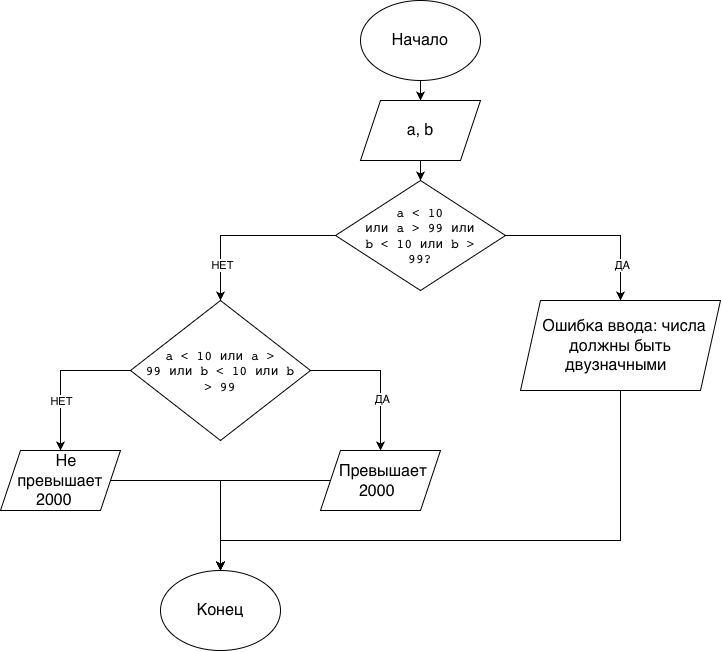
gwadsfwascawfwga/lab6 keeps this draw.io diagram as schema.png. Above is the earlier version. Source tidied: cells renumbered, new cells last; positions are measured from the earlier drawing's top-left corner, leaving out a move shared by most shapes.
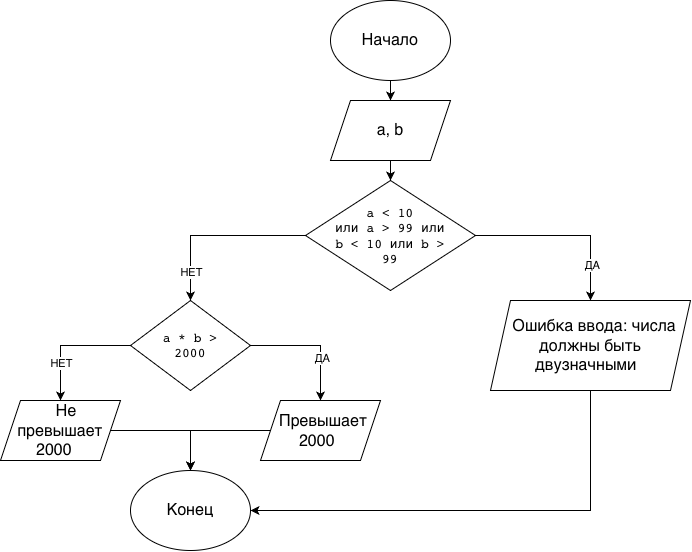
After the commit.

Diff of the diagram source:
```diff
@@ -25,23 +25,23 @@
     </mxCell>
     <mxCell id="9" value="НЕТ" style="edgeLabel;html=1;align=center;verticalAlign=middle;" parent="8" vertex="1">
       <mxGeometry x="0.25" y="-1" relative="1" as="geometry">
-        <mxPoint x="1" y="6" as="offset" />
+        <mxPoint x="1" y="9" as="offset" />
       </mxGeometry>
     </mxCell>
-    <mxCell id="10" value="&lt;code style=&quot;font-size: medium; text-align: start;&quot;&gt;a &amp;lt; 10 или a &amp;gt; 99 или b &amp;lt; 10 или b &amp;gt; 99&lt;/code&gt;" style="rhombus;whiteSpace=wrap;html=1;shapeInside=1;" parent="1" vertex="1">
-      <mxGeometry x="130" y="300" width="180" height="140" as="geometry" />
+    <mxCell id="10" value="&lt;code style=&quot;font-size: medium; text-align: start;&quot;&gt;a * b &amp;gt; 2000&lt;/code&gt;&lt;div&gt;&lt;br/&gt;&lt;/div&gt;" style="rhombus;whiteSpace=wrap;html=1;shapeInside=1;" parent="1" vertex="1">
+      <mxGeometry x="160" y="300" width="120" height="90" as="geometry" />
     </mxCell>
     <mxCell id="11" style="edgeStyle=orthogonalEdgeStyle;rounded=0;jettySize=auto;html=1;" parent="1" edge="1" source="12" target="22">
       <mxGeometry relative="1" as="geometry" />
     </mxCell>
     <mxCell id="12" value="&lt;span style=&quot;font-size: medium; text-align: start;&quot;&gt;Превышает 2000&lt;/span&gt;" style="shape=parallelogram;perimeter=parallelogramPerimeter;whiteSpace=wrap;html=1;shapeInside=1;fixedSize=1;" parent="1" vertex="1">
-      <mxGeometry x="320" y="450" width="120" height="60" as="geometry" />
+      <mxGeometry x="290" y="400" width="120" height="60" as="geometry" />
     </mxCell>
     <mxCell id="13" style="edgeStyle=orthogonalEdgeStyle;rounded=0;jettySize=auto;html=1;" parent="1" edge="1" source="14" target="22">
       <mxGeometry relative="1" as="geometry" />
     </mxCell>
     <mxCell id="14" value="&lt;span style=&quot;font-size: medium; text-align: start;&quot;&gt;Не превышает 2000&lt;/span&gt;" style="shape=parallelogram;perimeter=parallelogramPerimeter;whiteSpace=wrap;html=1;shapeInside=1;fixedSize=1;" parent="1" vertex="1">
-      <mxGeometry y="450" width="120" height="60" as="geometry" />
+      <mxGeometry x="30" y="400" width="120" height="60" as="geometry" />
     </mxCell>
     <mxCell id="15" style="edgeStyle=orthogonalEdgeStyle;rounded=0;jettySize=auto;html=1;" parent="1" edge="1" source="19" target="21">
       <mxGeometry relative="1" as="geometry" />
@@ -56,17 +56,16 @@
     </mxCell>
     <mxCell id="18" value="НЕТ" style="edgeLabel;html=1;align=center;verticalAlign=middle;" parent="17" vertex="1">
       <mxGeometry x="0.53" y="2" relative="1" as="geometry">
-        <mxPoint x="-1" y="6" as="offset" />
+        <mxPoint x="-2" y="13" as="offset" />
       </mxGeometry>
     </mxCell>
-    <mxCell id="19" value="&lt;code style=&quot;font-size: medium; text-align: start;&quot;&gt;a &amp;lt; 10 или a &amp;gt; 99 или b &amp;lt; 10 или b &amp;gt; 99?&lt;/code&gt;" style="rhombus;whiteSpace=wrap;html=1;shapeInside=1;" parent="1" vertex="1">
+    <mxCell id="19" value="&lt;code style=&quot;font-size: medium; text-align: start;&quot;&gt;a &amp;lt; 10 или a &amp;gt; 99 или b &amp;lt; 10 или b &amp;gt; 99&lt;/code&gt;" style="rhombus;whiteSpace=wrap;html=1;shapeInside=1;" parent="1" vertex="1">
       <mxGeometry x="335" y="180" width="170" height="110" as="geometry" />
     </mxCell>
     <mxCell id="20" style="edgeStyle=orthogonalEdgeStyle;rounded=0;jettySize=auto;html=1;" parent="1" edge="1" source="21" target="22">
       <mxGeometry relative="1" as="geometry">
         <Array as="points">
-          <mxPoint x="620" y="540" />
-          <mxPoint x="220" y="540" />
+          <mxPoint x="620" y="510" />
         </Array>
       </mxGeometry>
     </mxCell>
@@ -74,7 +73,7 @@
       <mxGeometry x="520" y="300" width="200" height="90" as="geometry" />
     </mxCell>
     <mxCell id="22" value="&lt;span style=&quot;font-size: medium; font-style: normal; font-variant-caps: normal; font-weight: 400; letter-spacing: normal; orphans: 2; text-align: start; text-indent: 0px; text-transform: none; white-space: normal; widows: 2; word-spacing: 0px; -webkit-text-stroke-width: 0px; text-decoration: none; caret-color: rgb(0, 0, 0); color: rgb(0, 0, 0); float: none; display: inline !important;&quot;&gt;Конец&lt;/span&gt;" style="ellipse;whiteSpace=wrap;html=1;shapeInside=1;" parent="1" vertex="1">
-      <mxGeometry x="160" y="570" width="120" height="80" as="geometry" />
+      <mxGeometry x="160" y="470" width="120" height="80" as="geometry" />
     </mxCell>
   </root>
 </mxGraphModel>
```
